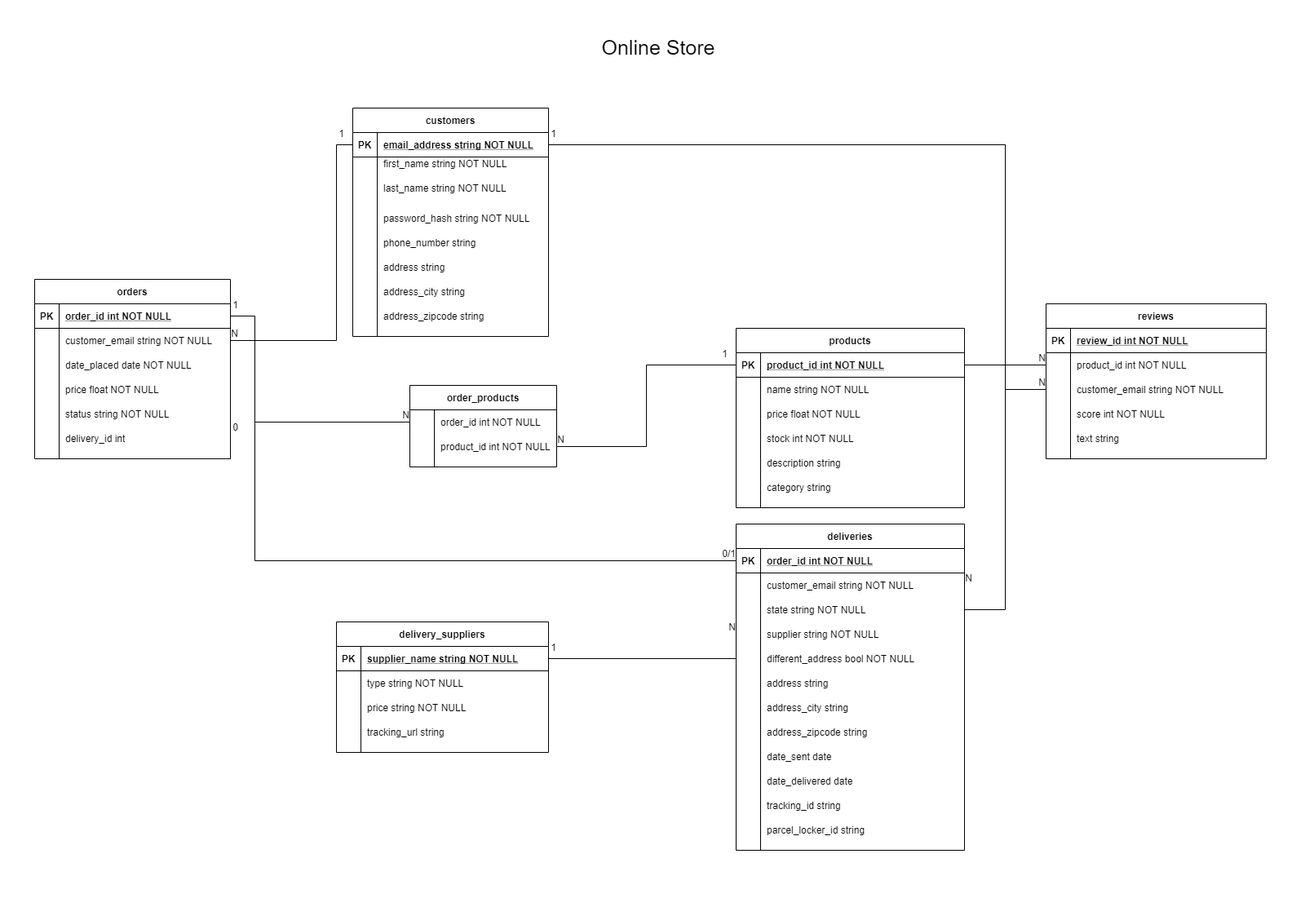
Earlier version of the draw.io export erd.png (kacpwoja/EDABA). Source tidied: cells renumbered, new cells last; positions are measured from the earlier drawing's top-left corner, leaving out a move shared by most shapes.
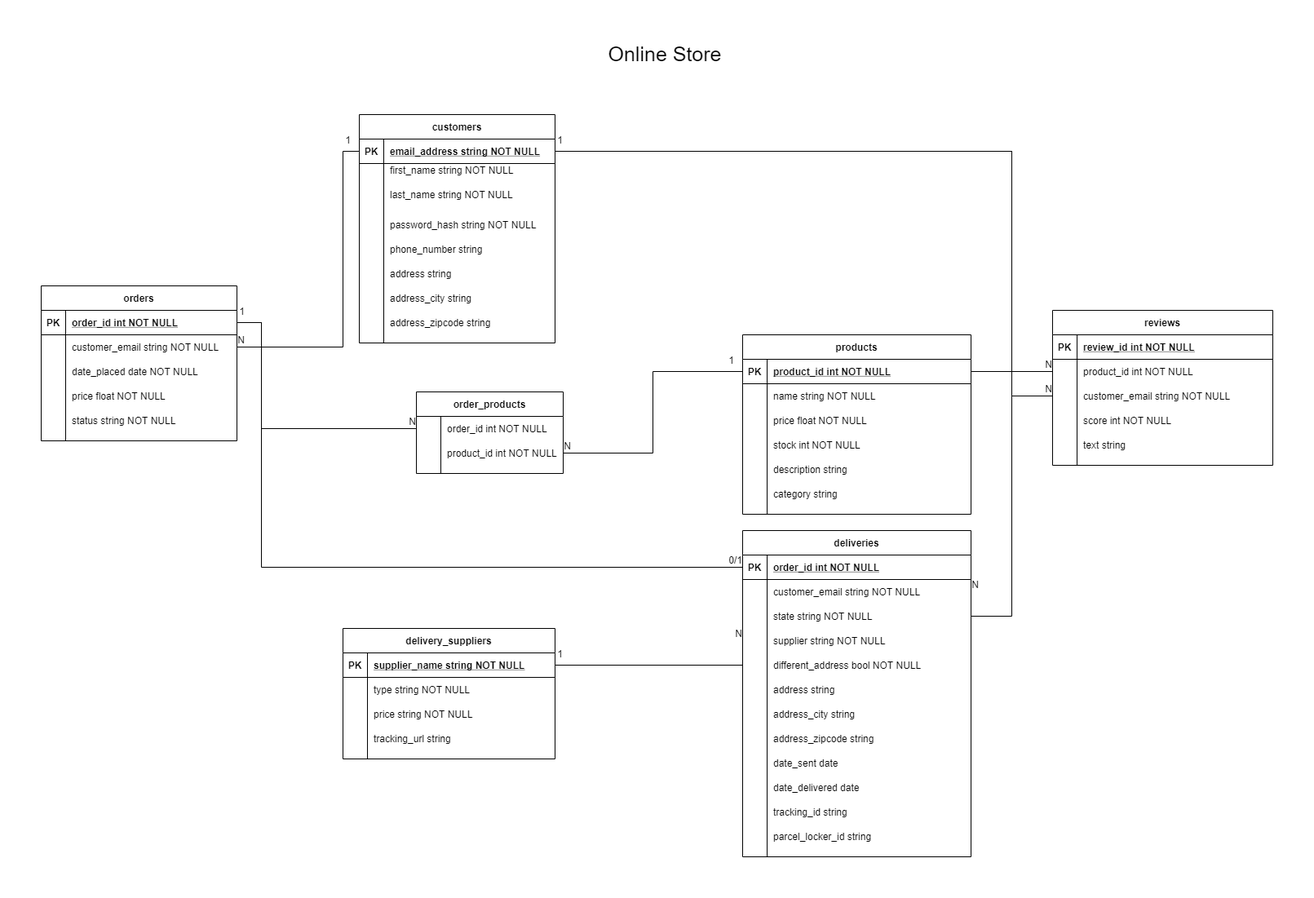
The same file after the commit.

Commit message:
one more erd fix

Change to the diagram source:
```diff
@@ -135,7 +135,7 @@
       <mxGeometry x="30" width="250" height="30" as="geometry" />
     </mxCell>
     <mxCell id="46" value="orders" style="shape=table;startSize=30;rowLines=0;fontStyle=1;align=center;" parent="1" vertex="1">
-      <mxGeometry y="300" width="240" height="220" as="geometry" />
+      <mxGeometry y="300" width="240" height="190" as="geometry" />
     </mxCell>
     <mxCell id="47" style="shape=partialRectangle;fillColor=none;top=0;left=0;bottom=1;right=0;points=[[0,0.5],[1,0.5]];portConstraint=eastwest;" parent="46" vertex="1">
       <mxGeometry y="30" width="240" height="30" as="geometry" />
@@ -182,15 +182,6 @@
     <mxCell id="61" value="status string NOT NULL" style="shape=partialRectangle;fillColor=none;top=0;left=0;bottom=0;right=0;align=left;spacingLeft=6;overflow=hidden;" parent="59" vertex="1">
       <mxGeometry x="30" width="210" height="30" as="geometry" />
     </mxCell>
-    <mxCell id="62" style="shape=partialRectangle;fillColor=none;top=0;left=0;bottom=0;right=0;" parent="46" vertex="1">
-      <mxGeometry y="180" width="240" height="30" as="geometry" />
-    </mxCell>
-    <mxCell id="63" style="shape=partialRectangle;fillColor=none;top=0;left=0;bottom=0;right=0;overflow=hidden;" parent="62" vertex="1">
-      <mxGeometry width="30" height="30" as="geometry" />
-    </mxCell>
-    <mxCell id="64" value="delivery_id int" style="shape=partialRectangle;fillColor=none;top=0;left=0;bottom=0;right=0;align=left;spacingLeft=6;overflow=hidden;" parent="62" vertex="1">
-      <mxGeometry x="30" width="210" height="30" as="geometry" />
-    </mxCell>
     <mxCell id="65" value="deliveries" style="shape=table;startSize=30;rowLines=0;fontStyle=1;align=center;" parent="1" vertex="1">
       <mxGeometry x="860" y="600" width="280" height="400" as="geometry" />
     </mxCell>
@@ -508,9 +499,6 @@
     <mxCell id="158" value="N" style="html=1;align=right;verticalAlign=bottom;" parent="157" vertex="1">
       <mxGeometry x="1" relative="1" as="geometry" />
     </mxCell>
-    <mxCell id="159" value="0" style="html=1;align=right;verticalAlign=bottom;" parent="1" vertex="1">
-      <mxGeometry x="250" y="490" as="geometry" />
-    </mxCell>
     <mxCell id="160" value="1" style="html=1;align=right;verticalAlign=bottom;" parent="1" vertex="1">
       <mxGeometry x="640" y="760" as="geometry" />
     </mxCell>
```
